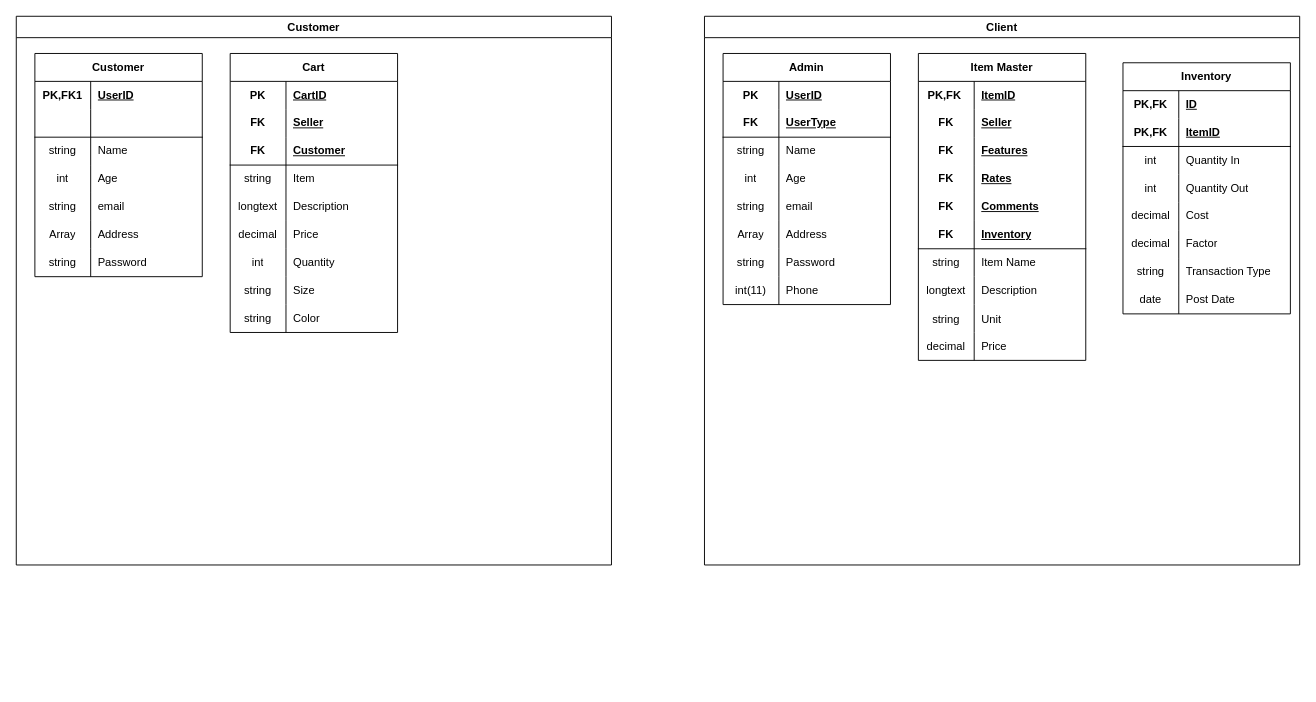
clydeaaron/ERD keeps this draw.io diagram as Untitled Diagram.drawio. Above is the earlier version. Source tidied: cells renumbered, new cells numbered last; positions are measured from the earlier drawing's top-left corner, leaving out a move shared by most shapes. Both pictures are drawn from the tidied source at 93%, with x=0, y=0 at pixel (16, 16).
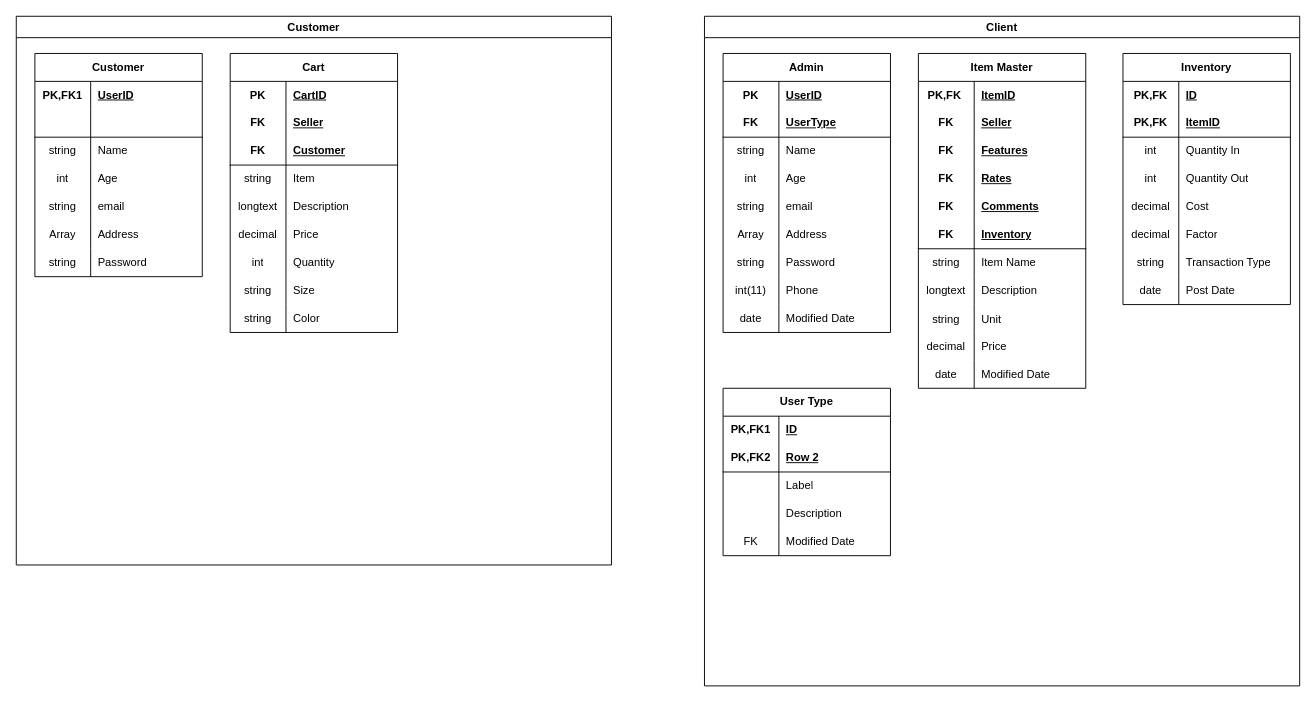
The same diagram, later.

Commit message:
User Type Diagram

Diff of the diagram source:
```diff
@@
     <mxCell id="53" value="Client" style="swimlane;whiteSpace=wrap;html=1;fillColor=#FFFFFF;" parent="1" vertex="1">
-      <mxGeometry x="740" width="640" height="590" as="geometry" />
+      <mxGeometry x="740" width="640" height="720" as="geometry" />
     </mxCell>
     <mxCell id="54" value="Admin" style="shape=table;startSize=30;childLayout=tableLayout;rowLines=0;fontStyle=1;align=center;html=1;whiteSpace=wrap;" parent="53" vertex="1">
-      <mxGeometry x="20" y="40" width="180" height="270" as="geometry" />
+      <mxGeometry x="20" y="40" width="180" height="300" as="geometry" />
     </mxCell>
@@
+    <mxCell id="135" style="shape=tableRow;horizontal=0;startSize=0;swimlaneHead=0;swimlaneBody=0;fillColor=none;top=0;left=0;right=0;bottom=0;" parent="54" vertex="1">
+      <mxGeometry y="270" width="180" height="30" as="geometry" />
+    </mxCell>
+    <mxCell id="136" value="date" style="shape=partialRectangle;fillColor=none;top=0;left=0;bottom=0;right=0;fontStyle=0;overflow=hidden;whiteSpace=wrap;html=1;" parent="135" vertex="1">
+      <mxGeometry width="60" height="30" as="geometry" />
+    </mxCell>
+    <mxCell id="137" value="Modified Date" style="shape=partialRectangle;fillColor=none;top=0;left=0;bottom=0;right=0;align=left;spacingLeft=6;fontStyle=0;overflow=hidden;whiteSpace=wrap;html=1;" parent="135" vertex="1">
+      <mxGeometry x="60" width="120" height="30" as="geometry" />
+    </mxCell>
     <mxCell id="79" value="Item Master" style="shape=table;startSize=30;childLayout=tableLayout;rowLines=0;fontStyle=1;align=center;html=1;whiteSpace=wrap;" parent="53" vertex="1">
-      <mxGeometry x="230" y="40" width="180" height="330" as="geometry" />
+      <mxGeometry x="230" y="40" width="180" height="360" as="geometry" />
     </mxCell>
@@
+    <mxCell id="138" style="shape=tableRow;horizontal=0;startSize=0;swimlaneHead=0;swimlaneBody=0;fillColor=none;top=0;left=0;right=0;bottom=0;" parent="79" vertex="1">
+      <mxGeometry y="330" width="180" height="30" as="geometry" />
+    </mxCell>
+    <mxCell id="139" value="date" style="shape=partialRectangle;fillColor=none;top=0;left=0;bottom=0;right=0;fontStyle=0;overflow=hidden;whiteSpace=wrap;html=1;" parent="138" vertex="1">
+      <mxGeometry width="60" height="30" as="geometry" />
+    </mxCell>
+    <mxCell id="140" value="Modified Date" style="shape=partialRectangle;fillColor=none;top=0;left=0;bottom=0;right=0;align=left;spacingLeft=6;fontStyle=0;overflow=hidden;whiteSpace=wrap;html=1;" parent="138" vertex="1">
+      <mxGeometry x="60" width="120" height="30" as="geometry" />
+    </mxCell>
     <mxCell id="110" value="Inventory" style="shape=table;startSize=30;childLayout=tableLayout;rowLines=0;fontStyle=1;align=center;html=1;whiteSpace=wrap;" parent="53" vertex="1">
-      <mxGeometry x="450" y="50" width="180" height="270" as="geometry" />
+      <mxGeometry x="450" y="40" width="180" height="270" as="geometry" />
     </mxCell>
@@
+    <mxCell id="141" value="User Type" style="shape=table;startSize=30;childLayout=tableLayout;rowLines=0;fontStyle=1;align=center;html=1;whiteSpace=wrap;" parent="53" vertex="1">
+      <mxGeometry x="20" y="400" width="180" height="180" as="geometry" />
+    </mxCell>
+    <mxCell id="142" style="shape=tableRow;horizontal=0;startSize=0;swimlaneHead=0;swimlaneBody=0;fillColor=none;top=0;left=0;right=0;bottom=0;html=1;" parent="141" vertex="1">
+      <mxGeometry y="30" width="180" height="30" as="geometry" />
+    </mxCell>
+    <mxCell id="143" value="PK,FK1" style="shape=partialRectangle;fillColor=none;top=0;left=0;bottom=0;right=0;fontStyle=1;overflow=hidden;html=1;whiteSpace=wrap;" parent="142" vertex="1">
+      <mxGeometry width="60" height="30" as="geometry" />
+    </mxCell>
+    <mxCell id="144" value="ID" style="shape=partialRectangle;fillColor=none;top=0;left=0;bottom=0;right=0;align=left;spacingLeft=6;fontStyle=5;overflow=hidden;html=1;whiteSpace=wrap;" parent="142" vertex="1">
+      <mxGeometry x="60" width="120" height="30" as="geometry" />
+    </mxCell>
+    <mxCell id="145" style="shape=tableRow;horizontal=0;startSize=0;swimlaneHead=0;swimlaneBody=0;fillColor=none;top=0;left=0;right=0;bottom=1;html=1;" parent="141" vertex="1">
+      <mxGeometry y="60" width="180" height="30" as="geometry" />
+    </mxCell>
+    <mxCell id="146" value="PK,FK2" style="shape=partialRectangle;fillColor=none;top=0;left=0;bottom=0;right=0;fontStyle=1;overflow=hidden;html=1;whiteSpace=wrap;" parent="145" vertex="1">
+      <mxGeometry width="60" height="30" as="geometry" />
+    </mxCell>
+    <mxCell id="147" value="Row 2" style="shape=partialRectangle;fillColor=none;top=0;left=0;bottom=0;right=0;align=left;spacingLeft=6;fontStyle=5;overflow=hidden;html=1;whiteSpace=wrap;" parent="145" vertex="1">
+      <mxGeometry x="60" width="120" height="30" as="geometry" />
+    </mxCell>
+    <mxCell id="148" style="shape=tableRow;horizontal=0;startSize=0;swimlaneHead=0;swimlaneBody=0;fillColor=none;top=0;left=0;right=0;bottom=0;html=1;" parent="141" vertex="1">
+      <mxGeometry y="90" width="180" height="30" as="geometry" />
+    </mxCell>
+    <mxCell id="149" style="shape=partialRectangle;fillColor=none;top=0;left=0;bottom=0;right=0;overflow=hidden;html=1;whiteSpace=wrap;" parent="148" vertex="1">
+      <mxGeometry width="60" height="30" as="geometry" />
+    </mxCell>
+    <mxCell id="150" value="Label" style="shape=partialRectangle;fillColor=none;top=0;left=0;bottom=0;right=0;align=left;spacingLeft=6;overflow=hidden;html=1;whiteSpace=wrap;" parent="148" vertex="1">
+      <mxGeometry x="60" width="120" height="30" as="geometry" />
+    </mxCell>
+    <mxCell id="151" style="shape=tableRow;horizontal=0;startSize=0;swimlaneHead=0;swimlaneBody=0;fillColor=none;top=0;left=0;right=0;bottom=0;html=1;" parent="141" vertex="1">
+      <mxGeometry y="120" width="180" height="30" as="geometry" />
+    </mxCell>
+    <mxCell id="152" style="shape=partialRectangle;fillColor=none;top=0;left=0;bottom=0;right=0;overflow=hidden;html=1;whiteSpace=wrap;" parent="151" vertex="1">
+      <mxGeometry width="60" height="30" as="geometry" />
+    </mxCell>
+    <mxCell id="153" value="Description" style="shape=partialRectangle;fillColor=none;top=0;left=0;bottom=0;right=0;align=left;spacingLeft=6;overflow=hidden;html=1;whiteSpace=wrap;" parent="151" vertex="1">
+      <mxGeometry x="60" width="120" height="30" as="geometry" />
+    </mxCell>
+    <mxCell id="154" style="shape=tableRow;horizontal=0;startSize=0;swimlaneHead=0;swimlaneBody=0;fillColor=none;top=0;left=0;right=0;bottom=0;" parent="141" vertex="1">
+      <mxGeometry y="150" width="180" height="30" as="geometry" />
+    </mxCell>
+    <mxCell id="155" value="FK" style="shape=partialRectangle;fillColor=none;top=0;left=0;bottom=0;right=0;fontStyle=0;overflow=hidden;whiteSpace=wrap;html=1;" parent="154" vertex="1">
+      <mxGeometry width="60" height="30" as="geometry" />
+    </mxCell>
+    <mxCell id="156" value="Modified Date" style="shape=partialRectangle;fillColor=none;top=0;left=0;bottom=0;right=0;align=left;spacingLeft=6;fontStyle=0;overflow=hidden;whiteSpace=wrap;html=1;" parent="154" vertex="1">
+      <mxGeometry x="60" width="120" height="30" as="geometry" />
+    </mxCell>
```
